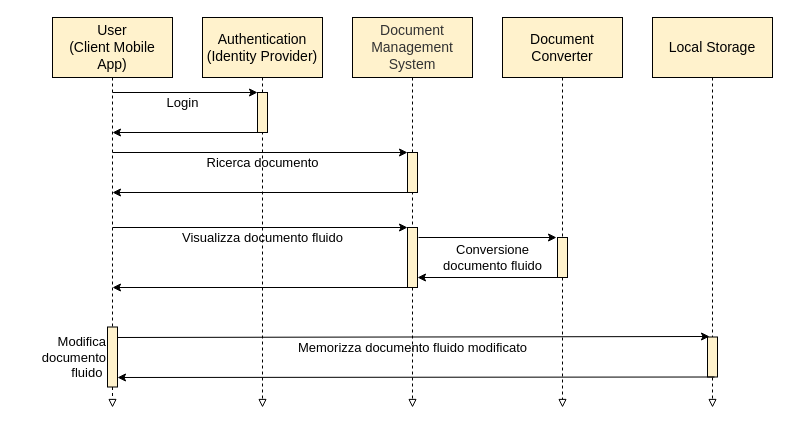
Earlier version of the draw.io diagram page "2-Use-case2" (1 of 19) of tesi-2.drawio (paganellif/tesi-paganelli). Source tidied: cells renumbered, new cells numbered last; positions are measured from the earlier drawing's top-left corner, leaving out a move shared by most shapes. Both pictures are drawn from the tidied source at 100%, with x=0, y=0 at pixel (17, 17).
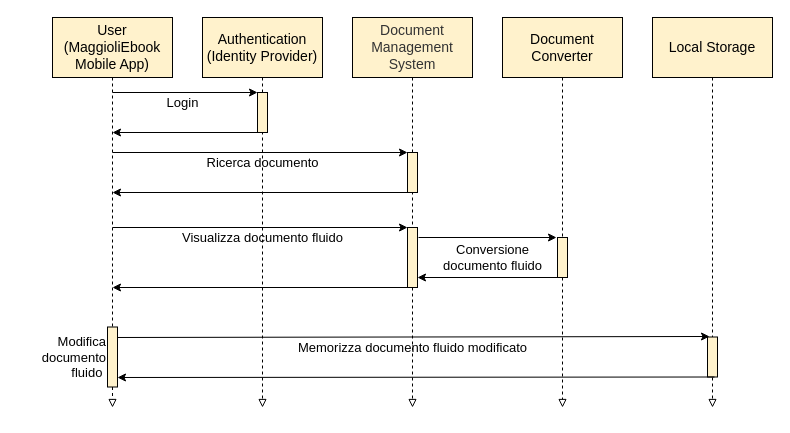
The same diagram, later.

Change to the diagram source:
```diff
@@
-    <mxCell id="28" value="User&lt;br style=&quot;font-size: 14px;&quot;&gt;(Client Mobile App)" style="rounded=0;whiteSpace=wrap;html=1;fontSize=14;strokeColor=#000000;fillColor=#FFF2CC;" parent="1" vertex="1">
+    <mxCell id="28" value="User&lt;br style=&quot;font-size: 14px;&quot;&gt;(MaggioliEbook Mobile App)" style="rounded=0;whiteSpace=wrap;html=1;fontSize=14;strokeColor=#000000;fillColor=#FFF2CC;" parent="1" vertex="1">
       <mxGeometry x="35" width="120" height="60" as="geometry" />
     </mxCell>
```
